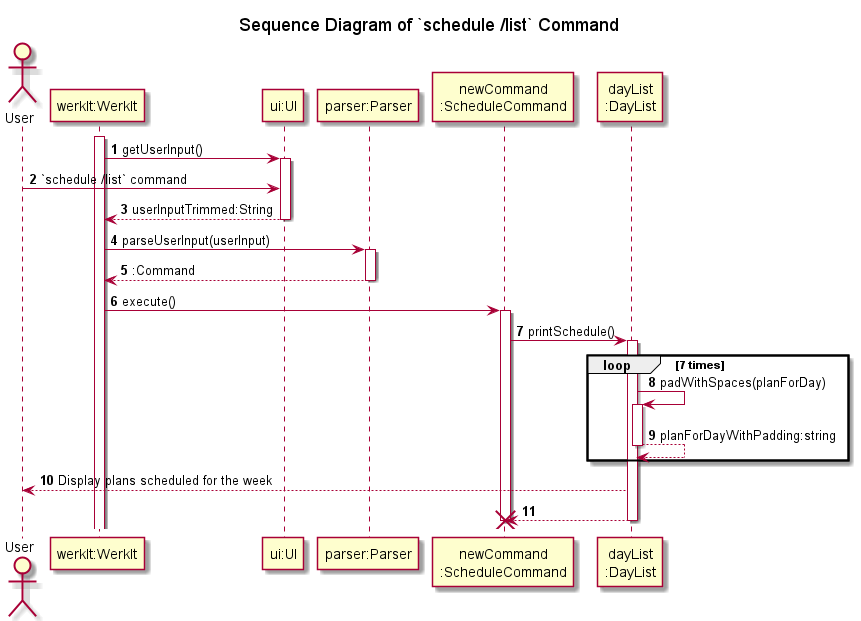
Above: docs/uml/sequenceDiagrams/schedule/images/listSchedule.png in nus-cs2113-AY2122S2/tp (PlantUML), before the change. The source it was exported from:
```plantuml
@startuml
!include ../Style.puml

autonumber

title Sequence Diagram of `schedule /list` Command

actor   User
participant "werkIt:WerkIt" AS WerkIt
participant "ui:UI" AS UI1
participant "parser:Parser" AS Parser
participant "newCommand\n:ScheduleCommand" AS newCommand
participant "dayList\n:DayList" AS DayList


activate WerkIt
WerkIt -> UI1 : getUserInput()
activate UI1
User -> UI1 : `schedule /list` command
WerkIt <-- UI1 : userInputTrimmed:String
deactivate UI1

WerkIt -> Parser : parseUserInput(userInput)
activate Parser
WerkIt <-- Parser : :Command
deactivate Parser

WerkIt -> newCommand : execute()
activate newCommand

newCommand -> DayList : printSchedule()
activate DayList
loop 7 times

DayList -> DayList : padWithSpaces(planForDay)
activate DayList
return planForDayWithPadding:string

end
User <-- DayList : Display plans scheduled for the week
return
destroy newCommand
@enduml
```
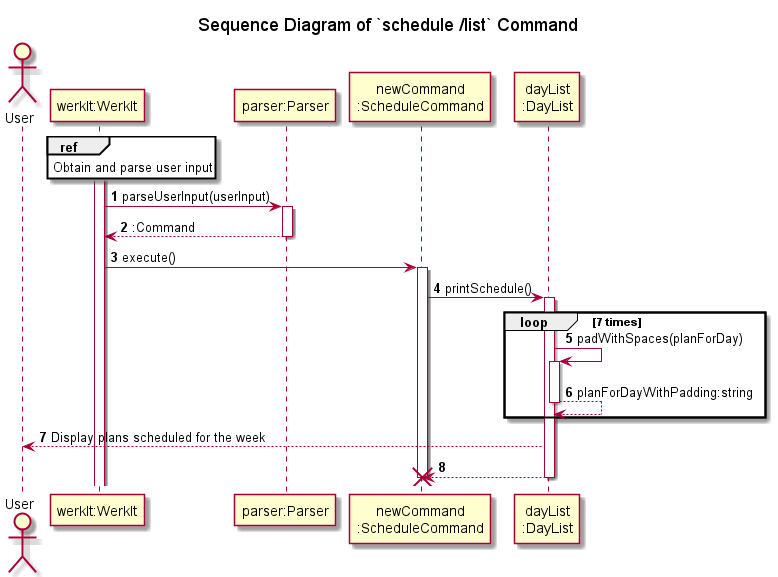
After the change.

Change to the diagram source:
```diff
@@ -1,5 +1,5 @@
 @startuml
-!include ../Style.puml
+!include ../../Style.puml
 
 autonumber
 
@@ -7,18 +7,15 @@
 
 actor   User
 participant "werkIt:WerkIt" AS WerkIt
-participant "ui:UI" AS UI1
 participant "parser:Parser" AS Parser
 participant "newCommand\n:ScheduleCommand" AS newCommand
 participant "dayList\n:DayList" AS DayList
 
 
 activate WerkIt
-WerkIt -> UI1 : getUserInput()
-activate UI1
-User -> UI1 : `schedule /list` command
-WerkIt <-- UI1 : userInputTrimmed:String
-deactivate UI1
+ref over WerkIt
+Obtain and parse user input
+end
 
 WerkIt -> Parser : parseUserInput(userInput)
 activate Parser
```
